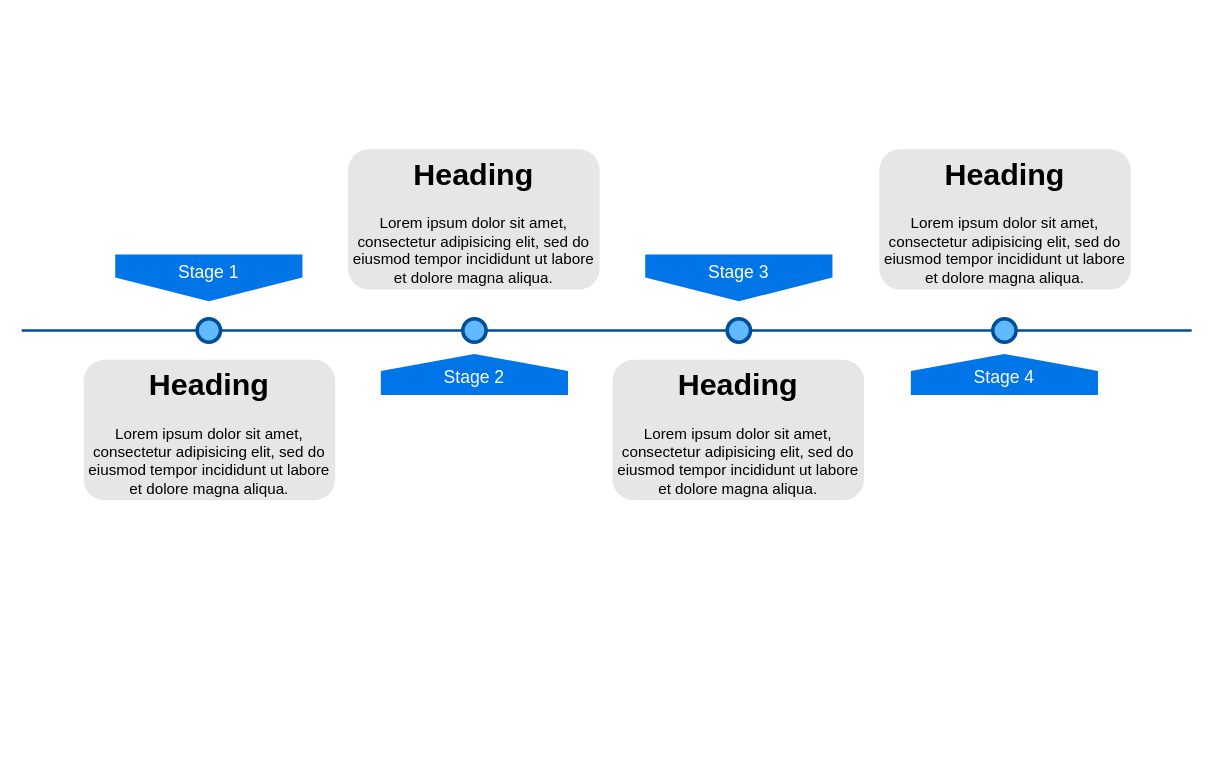
The draw.io diagram water-chall-3.drawio in kellydingzx/water-challenge, before the edit. Source tidied: cells renumbered, new cells numbered last; positions are measured from the earlier drawing's top-left corner, leaving out a move shared by most shapes. Both pictures are drawn from the tidied source at 117%, with x=0, y=0 at pixel (21, 149).
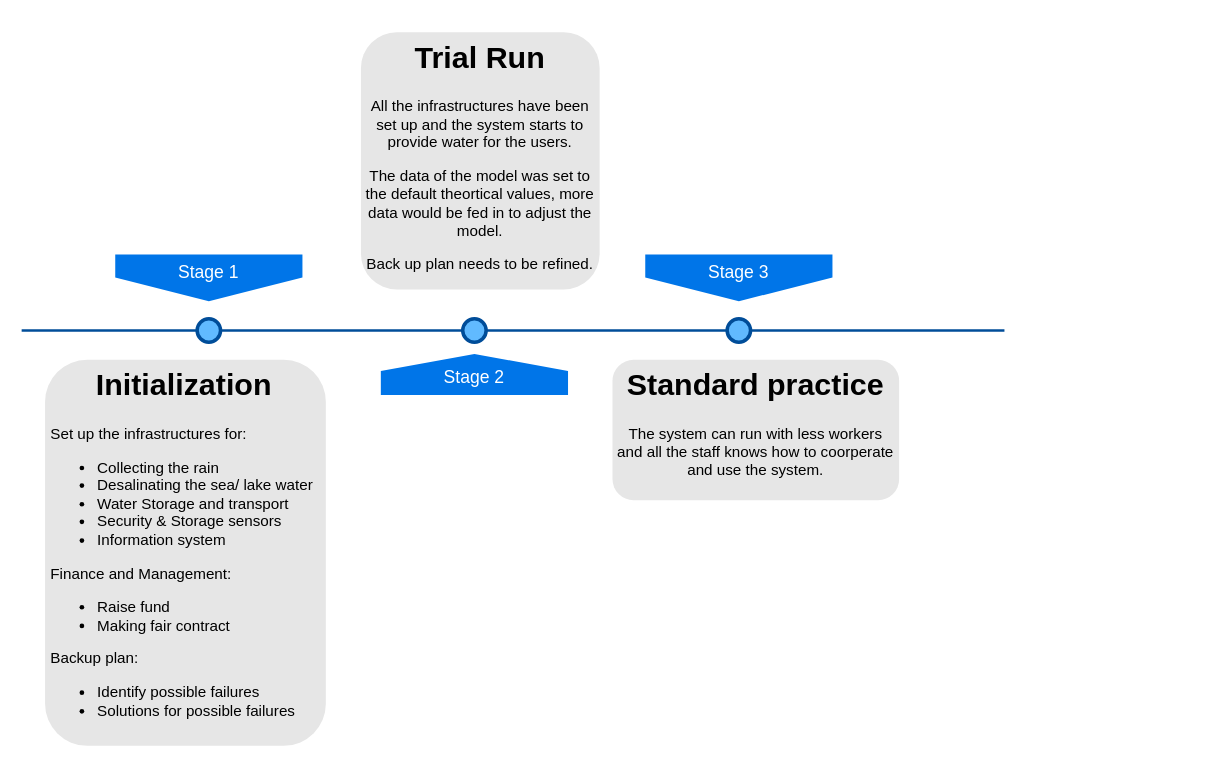
The same page after the edit.

Change to the diagram source:
```diff
@@
 <mxGraphModel>
   <root>
     <mxCell id="0" />
     <mxCell id="1" parent="0" />
     <mxCell id="2" style="line;strokeWidth=2;html=1;fillColor=none;fontSize=28;fontColor=#004D99;strokeColor=#004D99;" parent="1" vertex="1">
-      <mxGeometry y="150" width="1000" height="10" as="geometry" />
+      <mxGeometry y="150" width="840" height="10" as="geometry" />
     </mxCell>
     <mxCell id="3" value="Stage 1" style="shape=offPageConnector;whiteSpace=wrap;html=1;fillColor=#0075E8;fontSize=15;fontColor=#FFFFFF;size=0.5093750000000015;verticalAlign=top;strokeColor=none;" parent="1" vertex="1">
       <mxGeometry x="80" y="90" width="160" height="40" as="geometry" />
     </mxCell>
     <mxCell id="4" value="&lt;span&gt;Stage 3&lt;/span&gt;" style="shape=offPageConnector;whiteSpace=wrap;html=1;fillColor=#0075E8;fontSize=15;fontColor=#FFFFFF;size=0.5093750000000015;verticalAlign=top;strokeColor=none;" parent="1" vertex="1">
       <mxGeometry x="533" y="90" width="160" height="40" as="geometry" />
     </mxCell>
     <mxCell id="5" value="&lt;span&gt;Stage 2&lt;/span&gt;" style="shape=offPageConnector;whiteSpace=wrap;html=1;fillColor=#0075E8;fontSize=15;fontColor=#FFFFFF;size=0.4178571428571445;flipV=1;verticalAlign=bottom;strokeColor=none;spacingBottom=4;" parent="1" vertex="1">
       <mxGeometry x="307" y="175" width="160" height="35" as="geometry" />
     </mxCell>
-    <mxCell id="6" value="&lt;span&gt;Stage 4&lt;/span&gt;" style="shape=offPageConnector;whiteSpace=wrap;html=1;fillColor=#0075E8;fontSize=15;fontColor=#FFFFFF;size=0.4178571428571445;flipV=1;verticalAlign=bottom;strokeColor=none;spacingBottom=4;" parent="1" vertex="1">
-      <mxGeometry x="760" y="175" width="160" height="35" as="geometry" />
-    </mxCell>
     <mxCell id="7" style="ellipse;whiteSpace=wrap;html=1;fillColor=#61BAFF;fontSize=28;fontColor=#004D99;strokeWidth=3;strokeColor=#004D99;" parent="1" vertex="1">
       <mxGeometry x="150" y="145" width="20" height="20" as="geometry" />
     </mxCell>
     <mxCell id="8" style="ellipse;whiteSpace=wrap;html=1;fillColor=#61BAFF;fontSize=28;fontColor=#004D99;strokeWidth=3;strokeColor=#004D99;" parent="1" vertex="1">
       <mxGeometry x="377" y="145" width="20" height="20" as="geometry" />
     </mxCell>
     <mxCell id="9" style="ellipse;whiteSpace=wrap;html=1;fillColor=#61BAFF;fontSize=28;fontColor=#004D99;strokeWidth=3;strokeColor=#004D99;" parent="1" vertex="1">
       <mxGeometry x="603" y="145" width="20" height="20" as="geometry" />
     </mxCell>
-    <mxCell id="10" style="ellipse;whiteSpace=wrap;html=1;fillColor=#61BAFF;fontSize=28;fontColor=#004D99;strokeWidth=3;strokeColor=#004D99;" parent="1" vertex="1">
-      <mxGeometry x="830" y="145" width="20" height="20" as="geometry" />
-    </mxCell>
-    <mxCell id="11" value="&lt;h1&gt;Heading&lt;/h1&gt;&lt;p&gt;Lorem ipsum dolor sit amet, consectetur adipisicing elit, sed do eiusmod tempor incididunt ut labore et dolore magna aliqua.&lt;/p&gt;" style="text;html=1;spacing=5;spacingTop=-20;whiteSpace=wrap;overflow=hidden;strokeColor=none;strokeWidth=3;fillColor=#E6E6E6;fontSize=13;fontColor=#000000;align=center;rounded=1;" parent="1" vertex="1">
-      <mxGeometry x="53" y="180" width="215" height="120" as="geometry" />
+    <mxCell id="11" value="&lt;h1 style=&quot;text-align: center&quot;&gt;Initialization&lt;/h1&gt;&lt;div&gt;&lt;div&gt;Set up the infrastructures for:&lt;br&gt;&lt;ul&gt;&lt;li&gt;Collecting the rain&amp;nbsp;&lt;/li&gt;&lt;li&gt;Desalinating the sea/ lake water&amp;nbsp;&lt;/li&gt;&lt;li&gt;Water Storage and transport&amp;nbsp;&lt;/li&gt;&lt;li&gt;Security &amp;amp; Storage sensors&amp;nbsp;&lt;/li&gt;&lt;li&gt;Information system&amp;nbsp;&lt;/li&gt;&lt;/ul&gt;Finance and Management:&lt;/div&gt;&lt;div&gt;&lt;ul&gt;&lt;li&gt;Raise fund&lt;/li&gt;&lt;li&gt;Making fair contract&lt;/li&gt;&lt;/ul&gt;Backup plan:&lt;/div&gt;&lt;div&gt;&lt;ul&gt;&lt;li&gt;Identify possible failures&lt;/li&gt;&lt;li&gt;Solutions for possible failures&lt;/li&gt;&lt;/ul&gt;&lt;/div&gt;&lt;div&gt;&lt;br&gt;&lt;/div&gt;&lt;div&gt;&lt;br&gt;&lt;/div&gt;&lt;/div&gt;" style="text;html=1;spacing=5;spacingTop=-20;whiteSpace=wrap;overflow=hidden;strokeColor=none;strokeWidth=3;fillColor=#E6E6E6;fontSize=13;fontColor=#000000;align=left;rounded=1;" parent="1" vertex="1">
+      <mxGeometry x="20" y="180" width="240" height="330" as="geometry" />
     </mxCell>
-    <mxCell id="12" value="&lt;h1&gt;Heading&lt;/h1&gt;&lt;p&gt;Lorem ipsum dolor sit amet, consectetur adipisicing elit, sed do eiusmod tempor incididunt ut labore et dolore magna aliqua.&lt;/p&gt;" style="text;html=1;spacing=5;spacingTop=-20;whiteSpace=wrap;overflow=hidden;strokeColor=none;strokeWidth=3;fillColor=#E6E6E6;fontSize=13;fontColor=#000000;align=center;rounded=1;" parent="1" vertex="1">
-      <mxGeometry x="279" width="215" height="120" as="geometry" />
+    <mxCell id="12" value="&lt;h1&gt;Trial Run&lt;/h1&gt;&lt;p&gt;All the infrastructures have been set up and the system starts to provide water for the users.&lt;/p&gt;&lt;p&gt;The data of the model was set to the default theortical values, more data would be fed in to adjust the model.&lt;/p&gt;&lt;p&gt;Back up plan needs to be refined.&lt;/p&gt;" style="text;html=1;spacing=5;spacingTop=-20;whiteSpace=wrap;overflow=hidden;strokeColor=none;strokeWidth=3;fillColor=#E6E6E6;fontSize=13;fontColor=#000000;align=center;rounded=1;" parent="1" vertex="1">
+      <mxGeometry x="290" y="-100" width="204" height="220" as="geometry" />
     </mxCell>
-    <mxCell id="13" value="&lt;h1&gt;Heading&lt;/h1&gt;&lt;p&gt;Lorem ipsum dolor sit amet, consectetur adipisicing elit, sed do eiusmod tempor incididunt ut labore et dolore magna aliqua.&lt;/p&gt;" style="text;html=1;spacing=5;spacingTop=-20;whiteSpace=wrap;overflow=hidden;strokeColor=none;strokeWidth=3;fillColor=#E6E6E6;fontSize=13;fontColor=#000000;align=center;rounded=1;" parent="1" vertex="1">
-      <mxGeometry x="505" y="180" width="215" height="120" as="geometry" />
+    <mxCell id="13" value="&lt;h1&gt;Standard practice&lt;/h1&gt;&lt;div&gt;The system can run with less workers and all the staff knows how to coorperate and use the system.&lt;/div&gt;" style="text;html=1;spacing=5;spacingTop=-20;whiteSpace=wrap;overflow=hidden;strokeColor=none;strokeWidth=3;fillColor=#E6E6E6;fontSize=13;fontColor=#000000;align=center;rounded=1;" parent="1" vertex="1">
+      <mxGeometry x="505" y="180" width="245" height="120" as="geometry" />
     </mxCell>
-    <mxCell id="14" value="&lt;h1&gt;Heading&lt;/h1&gt;&lt;p&gt;Lorem ipsum dolor sit amet, consectetur adipisicing elit, sed do eiusmod tempor incididunt ut labore et dolore magna aliqua.&lt;/p&gt;" style="text;html=1;spacing=5;spacingTop=-20;whiteSpace=wrap;overflow=hidden;strokeColor=none;strokeWidth=3;fillColor=#E6E6E6;fontSize=13;fontColor=#000000;align=center;rounded=1;" parent="1" vertex="1">
-      <mxGeometry x="733" width="215" height="120" as="geometry" />
-    </mxCell>
   </root>
 </mxGraphModel>
```
